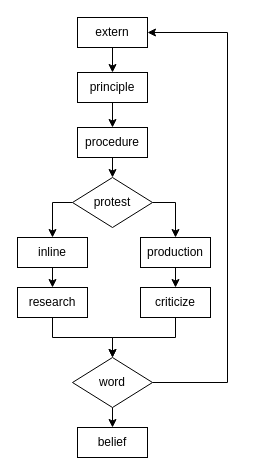
Before: docs/graph/private.drawio in morgan322/ai-engine, a draw.io diagram. Source tidied: cells renumbered, new cells numbered last; positions are measured from the earlier drawing's top-left corner, leaving out a move shared by most shapes. Both pictures are drawn from the tidied source at 100%, with x=0, y=0 at pixel (17, 17).
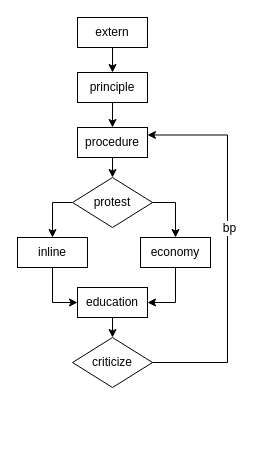
After the change.

The change refers to these unchanged cells:
```xml
<mxCell id="3" value="extern" style="rounded=0;whiteSpace=wrap;html=1;shadow=0;" parent="1" vertex="1">
  <mxGeometry x="60" width="70" height="30" as="geometry" />
</mxCell>
<mxCell id="5" value="procedure" style="rounded=0;whiteSpace=wrap;html=1;shadow=0;" parent="1" vertex="1">
  <mxGeometry x="60" y="110" width="70" height="30" as="geometry" />
</mxCell>
<mxCell id="10" value="inline" style="rounded=0;whiteSpace=wrap;html=1;shadow=0;" parent="1" vertex="1">
  <mxGeometry y="220" width="70" height="30" as="geometry" />
</mxCell>
```

The edit, as a diff of the source:
```diff
@@
-    <mxCell id="9" style="edgeStyle=orthogonalEdgeStyle;rounded=0;jettySize=auto;html=1;exitX=0.5;exitY=1;exitDx=0;exitDy=0;entryX=0.5;entryY=0;entryDx=0;entryDy=0;shadow=0;" parent="1" edge="1" source="10" target="12">
+    <mxCell id="9" style="edgeStyle=orthogonalEdgeStyle;rounded=0;jettySize=auto;html=1;entryX=0;entryY=0.5;entryDx=0;entryDy=0;" parent="1" edge="1" source="10" target="12">
       <mxGeometry relative="1" as="geometry" />
     </mxCell>
@@
-    <mxCell id="11" style="edgeStyle=orthogonalEdgeStyle;rounded=0;jettySize=auto;html=1;entryX=0.5;entryY=0;entryDx=0;entryDy=0;shadow=0;" parent="1" edge="1" source="12" target="19">
-      <mxGeometry relative="1" as="geometry" />
-    </mxCell>
+    <mxCell id="23" style="edgeStyle=orthogonalEdgeStyle;rounded=0;jettySize=auto;html=1;exitX=0.5;exitY=1;exitDx=0;exitDy=0;entryX=0.5;entryY=0;entryDx=0;entryDy=0;" parent="1" edge="1" source="12" target="16">
+      <mxGeometry relative="1" as="geometry" />
+    </mxCell>
-    <mxCell id="12" value="research" style="rounded=0;whiteSpace=wrap;html=1;shadow=0;" parent="1" vertex="1">
-      <mxGeometry y="270" width="70" height="30" as="geometry" />
+    <mxCell id="12" value="education" style="rounded=0;whiteSpace=wrap;html=1;shadow=0;" parent="1" vertex="1">
+      <mxGeometry x="60" y="270" width="70" height="30" as="geometry" />
     </mxCell>
-    <mxCell id="13" style="edgeStyle=orthogonalEdgeStyle;rounded=0;jettySize=auto;html=1;exitX=0.5;exitY=1;exitDx=0;exitDy=0;entryX=0.5;entryY=0;entryDx=0;entryDy=0;shadow=0;" parent="1" edge="1" source="14" target="16">
-      <mxGeometry relative="1" as="geometry" />
-    </mxCell>
+    <mxCell id="24" style="edgeStyle=orthogonalEdgeStyle;rounded=0;jettySize=auto;html=1;exitX=0.5;exitY=1;exitDx=0;exitDy=0;entryX=1;entryY=0.5;entryDx=0;entryDy=0;" parent="1" edge="1" source="14" target="12">
+      <mxGeometry relative="1" as="geometry" />
+    </mxCell>
-    <mxCell id="14" value="production" style="rounded=0;whiteSpace=wrap;html=1;shadow=0;" parent="1" vertex="1">
+    <mxCell id="14" value="economy" style="rounded=0;whiteSpace=wrap;html=1;shadow=0;" parent="1" vertex="1">
       <mxGeometry x="123" y="220" width="70" height="30" as="geometry" />
     </mxCell>
-    <mxCell id="15" style="edgeStyle=orthogonalEdgeStyle;rounded=0;jettySize=auto;html=1;entryX=0.5;entryY=0;entryDx=0;entryDy=0;shadow=0;" parent="1" edge="1" source="16" target="19">
-      <mxGeometry relative="1" as="geometry" />
-    </mxCell>
-    <mxCell id="16" value="criticize" style="rounded=0;whiteSpace=wrap;html=1;shadow=0;" parent="1" vertex="1">
-      <mxGeometry x="123" y="270" width="70" height="30" as="geometry" />
-    </mxCell>
-    <mxCell id="17" style="edgeStyle=orthogonalEdgeStyle;rounded=0;jettySize=auto;html=1;exitX=0.5;exitY=1;exitDx=0;exitDy=0;entryX=0.5;entryY=0;entryDx=0;entryDy=0;shadow=0;" parent="1" edge="1" source="19" target="20">
-      <mxGeometry relative="1" as="geometry" />
-    </mxCell>
-    <mxCell id="18" style="edgeStyle=orthogonalEdgeStyle;rounded=0;jettySize=auto;html=1;exitX=1;exitY=0.5;exitDx=0;exitDy=0;entryX=1;entryY=0.5;entryDx=0;entryDy=0;shadow=0;" parent="1" edge="1" source="19" target="3">
-      <mxGeometry relative="1" as="geometry">
-        <Array as="points">
-          <mxPoint x="210" y="365" />
-          <mxPoint x="210" y="15" />
-        </Array>
-      </mxGeometry>
-    </mxCell>
-    <mxCell id="19" value="word" style="rhombus;whiteSpace=wrap;html=1;shadow=0;" parent="1" vertex="1">
-      <mxGeometry x="55" y="340" width="80" height="50" as="geometry" />
-    </mxCell>
-    <mxCell id="20" value="belief" style="rounded=0;whiteSpace=wrap;html=1;shadow=0;" parent="1" vertex="1">
-      <mxGeometry x="60" y="410" width="70" height="30" as="geometry" />
-    </mxCell>
@@
+    <mxCell id="25" style="edgeStyle=orthogonalEdgeStyle;rounded=0;jettySize=auto;html=1;entryX=1;entryY=0.25;entryDx=0;entryDy=0;" parent="1" edge="1" source="16" target="5">
+      <mxGeometry relative="1" as="geometry">
+        <Array as="points">
+          <mxPoint x="210" y="345" />
+          <mxPoint x="210" y="118" />
+        </Array>
+      </mxGeometry>
+    </mxCell>
+    <mxCell id="26" value="bp" style="text;html=1;align=center;verticalAlign=middle;labelBackgroundColor=#ffffff;" parent="25" vertex="1">
+      <mxGeometry x="0.1" y="-1" relative="1" as="geometry" />
+    </mxCell>
+    <mxCell id="16" value="&lt;span style=&quot;text-align: left&quot;&gt;criticize&lt;/span&gt;" style="rhombus;whiteSpace=wrap;html=1;shadow=0;" parent="1" vertex="1">
+      <mxGeometry x="55" y="320" width="80" height="50" as="geometry" />
+    </mxCell>
```
